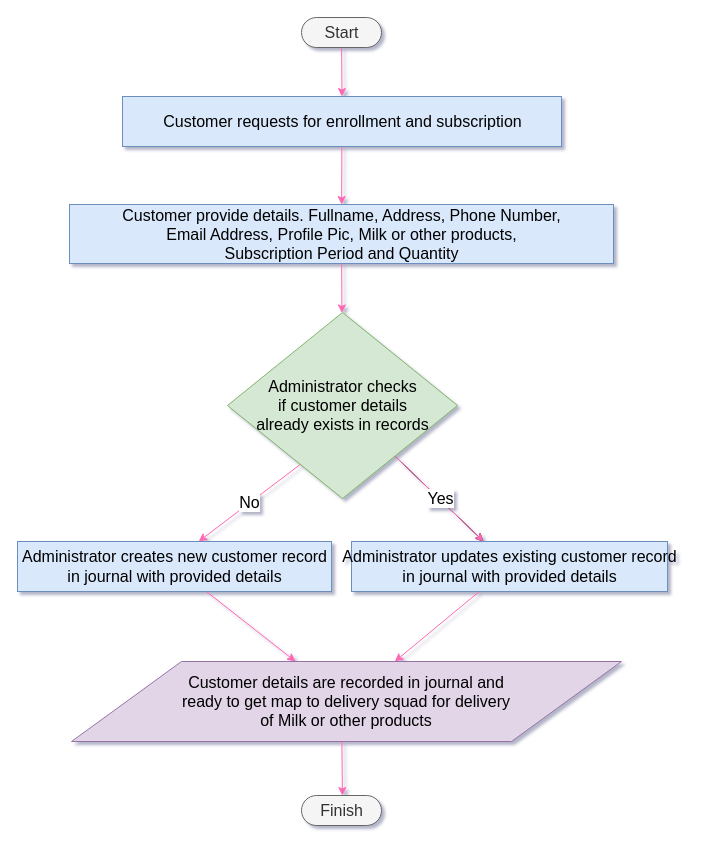
Earlier version of the draw.io diagram docs/diagram/enroll_customer_process.drawio (dudhwalas/dudhwala). Source tidied: cells renumbered, new cells numbered last; positions are measured from the earlier drawing's top-left corner, leaving out a move shared by most shapes. Both pictures are drawn from the tidied source at 100%, with x=0, y=0 at pixel (17, 17).
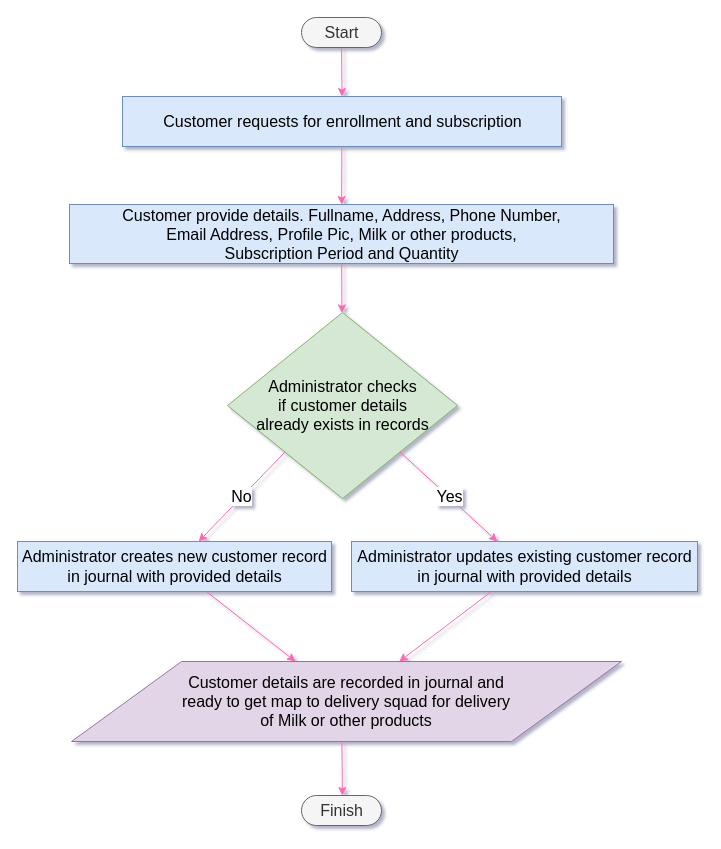
The same page after the edit.

Unchanged cells that the change refers to:
```xml
<mxCell id="9" value="&lt;span class=&quot;nodeLabel&quot; style=&quot;font-size: 16px;&quot;&gt;Administrator checks &lt;br style=&quot;font-size: 16px;&quot;&gt; if customer details &lt;br style=&quot;font-size: 16px;&quot;&gt; already exists in records&lt;/span&gt;" style="shape=rhombus;html=1;dashed=0;whitespace=wrap;perimeter=rhombusPerimeter;fillColor=#d5e8d4;strokeColor=#82b366;fontSize=16;" parent="1" vertex="1">
  <mxGeometry x="210" y="295" width="230" height="186" as="geometry" />
</mxCell>
<mxCell id="11" value="&lt;span class=&quot;nodeLabel&quot; style=&quot;font-size: 16px;&quot;&gt;Administrator creates new customer record &lt;br style=&quot;font-size: 16px;&quot;&gt; in journal with provided details&lt;/span&gt;" style="html=1;dashed=0;whitespace=wrap;fillColor=#dae8fc;strokeColor=#6c8ebf;fontSize=16;" parent="1" vertex="1">
  <mxGeometry y="524" width="314" height="50" as="geometry" />
</mxCell>
```

The edit, as a diff of the source:
```diff
@@
-    <mxCell id="6" style="edgeStyle=none;html=1;fontSize=16;" parent="1" edge="1" source="9" target="13">
-      <mxGeometry relative="1" as="geometry" />
-    </mxCell>
-    <mxCell id="7" style="edgeStyle=none;html=1;fontSize=16;strokeColor=#FF66B3;" parent="1" edge="1" source="9" target="13">
+    <mxCell id="7" style="edgeStyle=none;html=1;fontSize=16;strokeColor=#FF66B3;exitX=1;exitY=1;exitDx=0;exitDy=0;" parent="1" edge="1" source="9" target="13">
       <mxGeometry relative="1" as="geometry" />
     </mxCell>
@@
     <mxCell id="13" value="&lt;span class=&quot;nodeLabel&quot; style=&quot;font-size: 16px;&quot;&gt;Administrator updates existing customer record &lt;br style=&quot;font-size: 16px;&quot;&gt; in journal with provided details&lt;/span&gt;" style="html=1;dashed=0;whitespace=wrap;fillColor=#dae8fc;strokeColor=#6c8ebf;fontSize=16;" parent="1" vertex="1">
-      <mxGeometry x="334" y="524" width="316" height="50" as="geometry" />
+      <mxGeometry x="334" y="524" width="346" height="50" as="geometry" />
     </mxCell>
@@
-    <mxCell id="17" value="No" style="edgeStyle=none;html=1;entryX=0.577;entryY=0;entryDx=0;entryDy=0;entryPerimeter=0;exitX=0.314;exitY=0.819;exitDx=0;exitDy=0;exitPerimeter=0;fontSize=16;strokeColor=#FF66B3;" parent="1" edge="1" source="9" target="11">
+    <mxCell id="17" value="No" style="edgeStyle=none;html=1;entryX=0.577;entryY=0;entryDx=0;entryDy=0;entryPerimeter=0;fontSize=16;strokeColor=#FF66B3;exitX=0;exitY=1;exitDx=0;exitDy=0;" parent="1" edge="1" source="9" target="11">
       <mxGeometry relative="1" as="geometry" />
     </mxCell>
```
